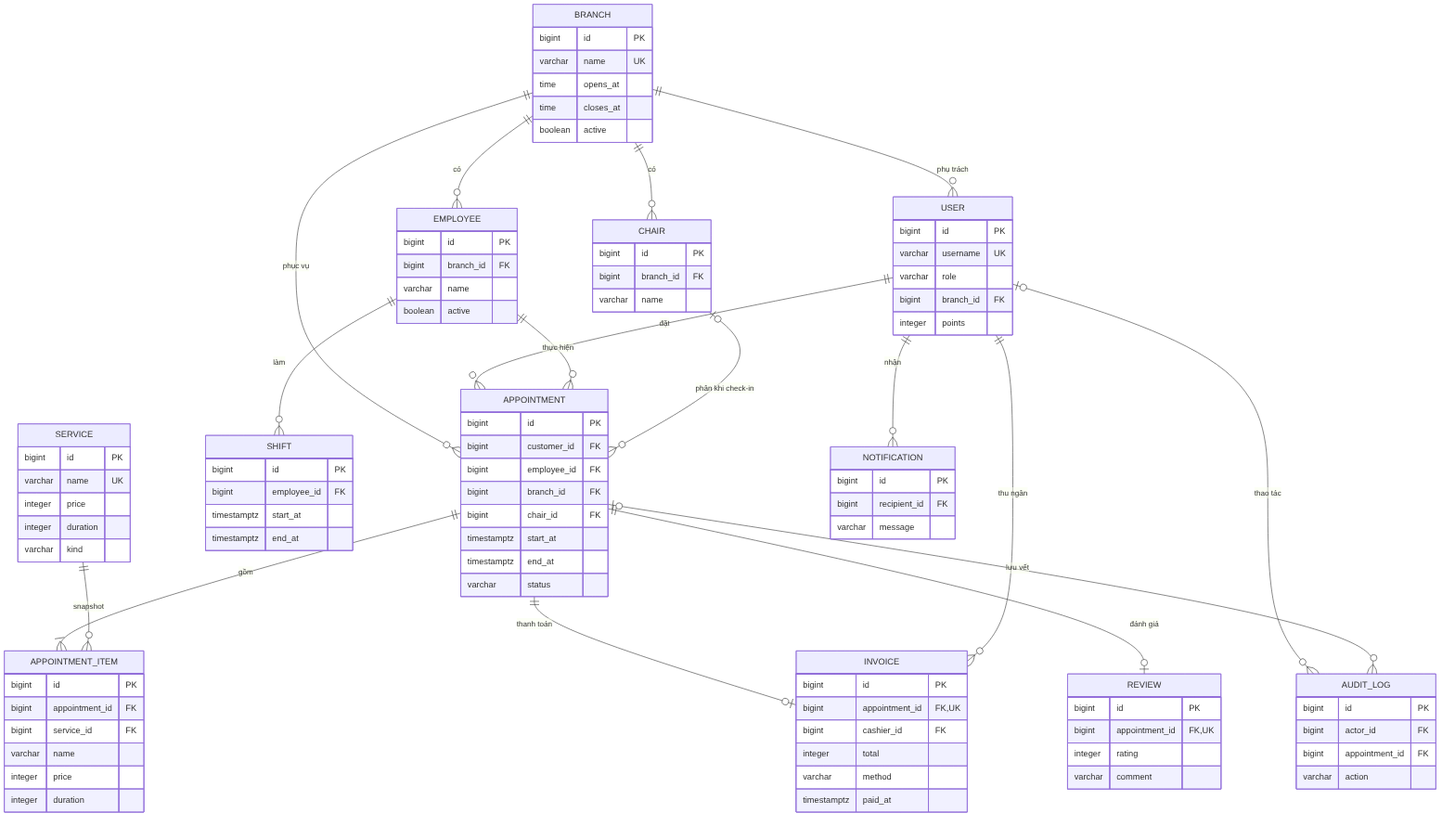
Earlier version of the Mermaid export docs/diagrams/02-er.png (tunato2807-del/ptpmhdtuong). Its source is kept beside it as docs/diagrams/02-er.mmd.
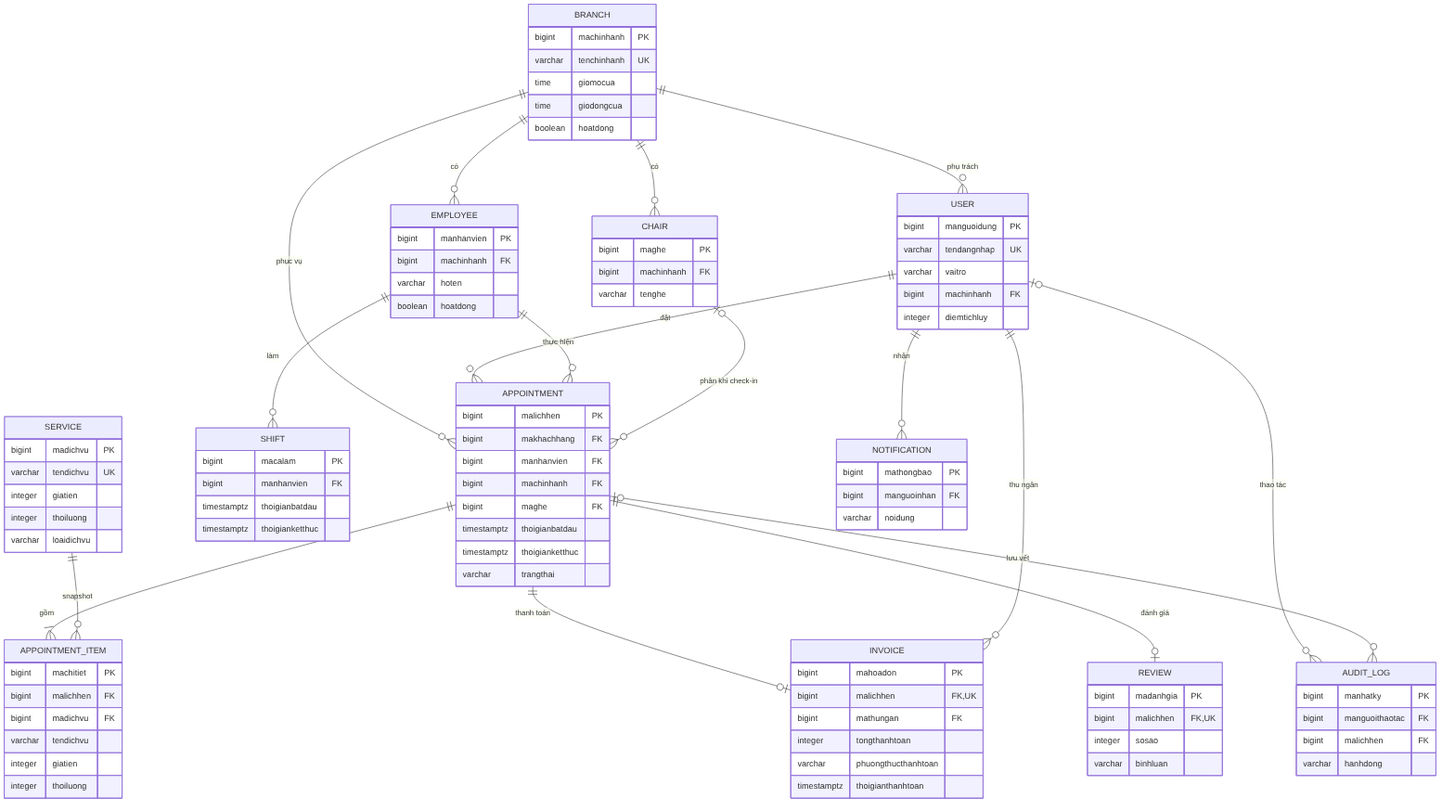
After the change.

What changed in the source:
```diff
@@ -16,83 +16,83 @@
     USER o|--o{ AUDIT_LOG : "thao tác"
     APPOINTMENT o|--o{ AUDIT_LOG : "lưu vết"
     BRANCH {
-      bigint id PK
-      varchar name UK
-      time opens_at
-      time closes_at
-      boolean active
+      bigint machinhanh PK
+      varchar tenchinhanh UK
+      time giomocua
+      time giodongcua
+      boolean hoatdong
     }
     USER {
-      bigint id PK
-      varchar username UK
-      varchar role
-      bigint branch_id FK
-      integer points
+      bigint manguoidung PK
+      varchar tendangnhap UK
+      varchar vaitro
+      bigint machinhanh FK
+      integer diemtichluy
     }
     EMPLOYEE {
-      bigint id PK
-      bigint branch_id FK
-      varchar name
-      boolean active
+      bigint manhanvien PK
+      bigint machinhanh FK
+      varchar hoten
+      boolean hoatdong
     }
     SHIFT {
-      bigint id PK
-      bigint employee_id FK
-      timestamptz start_at
-      timestamptz end_at
+      bigint macalam PK
+      bigint manhanvien FK
+      timestamptz thoigianbatdau
+      timestamptz thoigianketthuc
     }
     CHAIR {
-      bigint id PK
-      bigint branch_id FK
-      varchar name
+      bigint maghe PK
+      bigint machinhanh FK
+      varchar tenghe
     }
     SERVICE {
-      bigint id PK
-      varchar name UK
-      integer price
-      integer duration
-      varchar kind
+      bigint madichvu PK
+      varchar tendichvu UK
+      integer giatien
+      integer thoiluong
+      varchar loaidichvu
     }
     APPOINTMENT {
-      bigint id PK
-      bigint customer_id FK
-      bigint employee_id FK
-      bigint branch_id FK
-      bigint chair_id FK
-      timestamptz start_at
-      timestamptz end_at
-      varchar status
+      bigint malichhen PK
+      bigint makhachhang FK
+      bigint manhanvien FK
+      bigint machinhanh FK
+      bigint maghe FK
+      timestamptz thoigianbatdau
+      timestamptz thoigianketthuc
+      varchar trangthai
     }
     APPOINTMENT_ITEM {
-      bigint id PK
-      bigint appointment_id FK
-      bigint service_id FK
-      varchar name
-      integer price
-      integer duration
+      bigint machitiet PK
+      bigint malichhen FK
+      bigint madichvu FK
+      varchar tendichvu
+      integer giatien
+      integer thoiluong
     }
     INVOICE {
-      bigint id PK
-      bigint appointment_id FK,UK
-      bigint cashier_id FK
-      integer total
-      varchar method
-      timestamptz paid_at
+      bigint mahoadon PK
+      bigint malichhen FK,UK
+      bigint mathungan FK
+      integer tongthanhtoan
+      varchar phuongthucthanhtoan
+      timestamptz thoigianthanhtoan
     }
     REVIEW {
-      bigint id PK
-      bigint appointment_id FK,UK
-      integer rating
-      varchar comment
+      bigint madanhgia PK
+      bigint malichhen FK,UK
+      integer sosao
+      varchar binhluan
     }
     NOTIFICATION {
-      bigint id PK
-      bigint recipient_id FK
-      varchar message
+      bigint mathongbao PK
+      bigint manguoinhan FK
+      varchar noidung
     }
     AUDIT_LOG {
-      bigint id PK
-      bigint actor_id FK
-      bigint appointment_id FK
-      varchar action
+      bigint manhatky PK
+      bigint manguoithaotac FK
+      bigint malichhen FK
+      varchar hanhdong
     }
```
